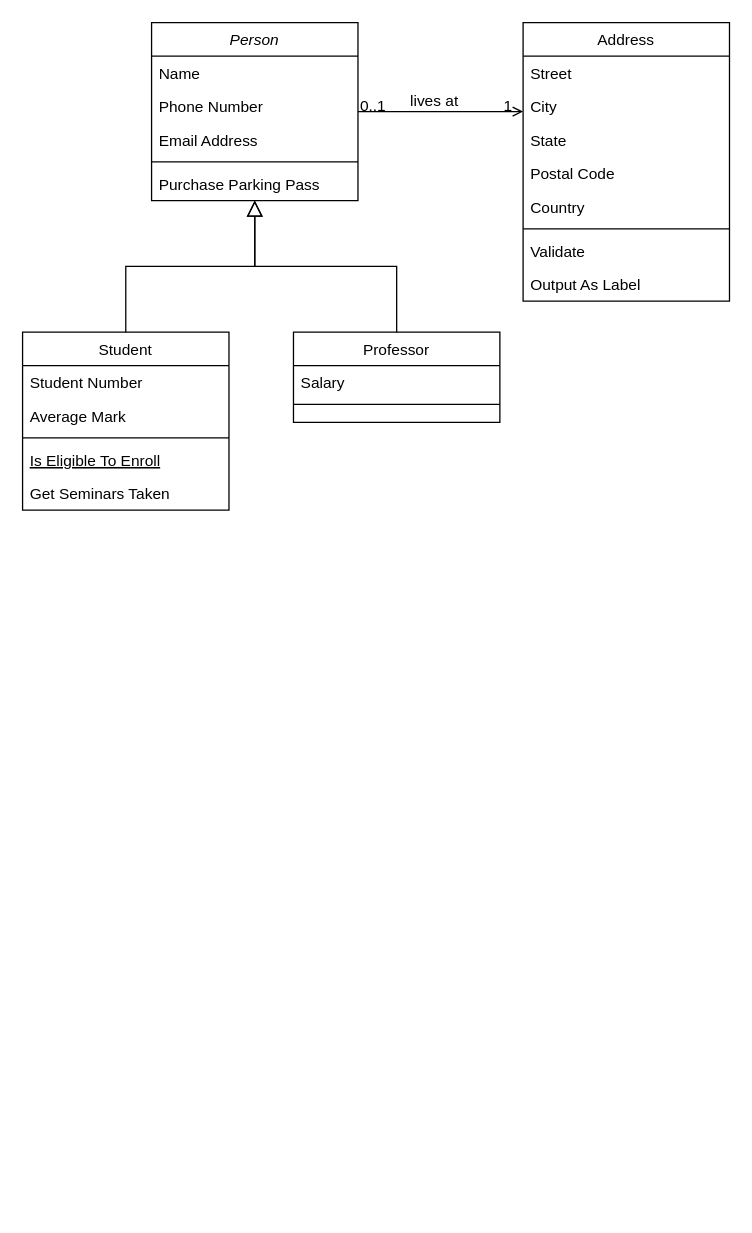
Earlier version of the draw.io diagram Codigo java/promaxtaxes/src/main/java/com/promax/Diagrama sin título.drawio (Universidad-Antonio-Narino/UniversidadCode). Source tidied: cells renumbered, new cells numbered last; positions are measured from the earlier drawing's top-left corner, leaving out a move shared by most shapes. Both pictures are drawn from the tidied source at 129%, with x=0, y=0 at pixel (22, 22).
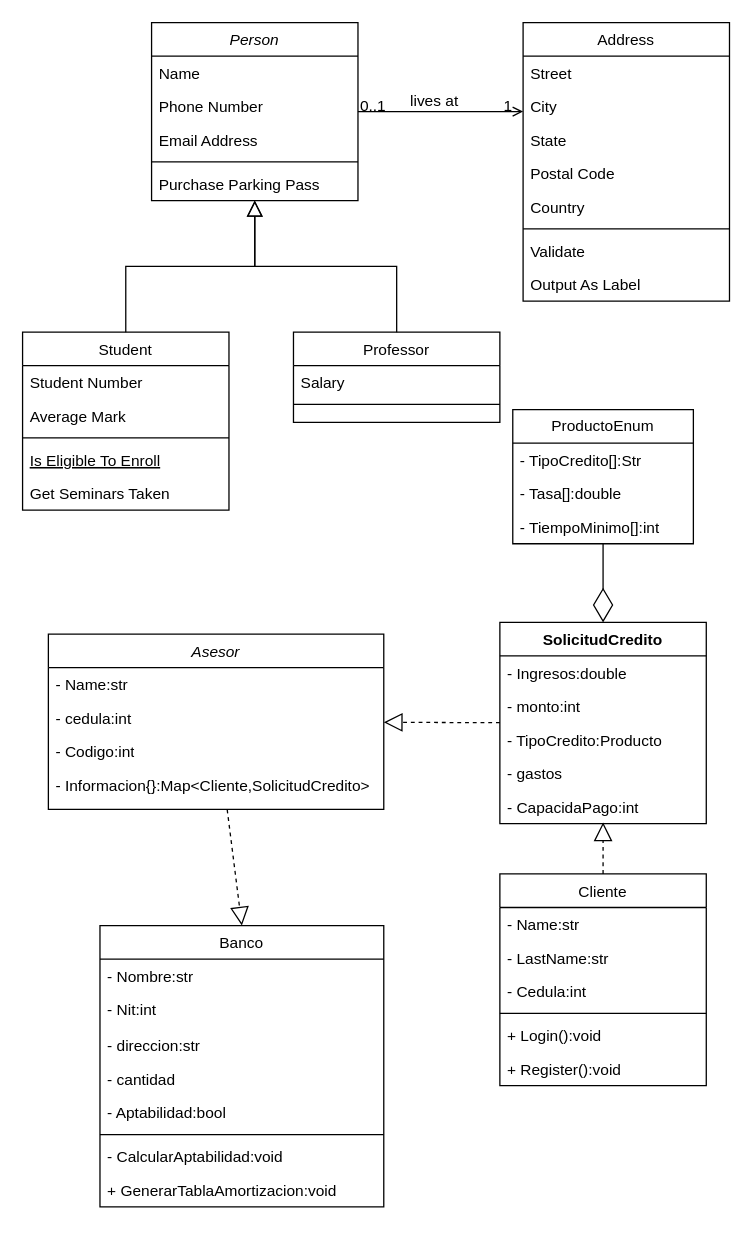
Above is the later version.

Change to the diagram source:
```diff
@@
+    <mxCell id="32" value="Asesor" style="swimlane;fontStyle=2;align=center;verticalAlign=top;horizontal=1;startSize=26;rounded=0;shadow=0;strokeWidth=1;" parent="1" vertex="1">
+      <mxGeometry x="20" y="474" width="260" height="136" as="geometry" />
+    </mxCell>
+    <mxCell id="33" value="- Name:str" style="text;align=left;verticalAlign=top;spacingLeft=4;spacingRight=4;overflow=hidden;" parent="32" vertex="1">
+      <mxGeometry y="26" width="260" height="26" as="geometry" />
+    </mxCell>
+    <mxCell id="34" value="- cedula:int&#10;" style="text;align=left;verticalAlign=top;spacingLeft=4;spacingRight=4;overflow=hidden;rounded=0;shadow=0;html=0;" parent="32" vertex="1">
+      <mxGeometry y="52" width="260" height="26" as="geometry" />
+    </mxCell>
+    <mxCell id="35" value="- Codigo:int" style="text;strokeColor=none;fillColor=none;align=left;verticalAlign=top;spacingLeft=4;spacingRight=4;overflow=hidden;whiteSpace=wrap;html=1;" parent="32" vertex="1">
+      <mxGeometry y="78" width="260" height="26" as="geometry" />
+    </mxCell>
+    <mxCell id="36" value="- Informacion{}:Map&amp;lt;Cliente,SolicitudCredito&amp;gt;" style="text;strokeColor=none;fillColor=none;align=left;verticalAlign=top;spacingLeft=4;spacingRight=4;overflow=hidden;whiteSpace=wrap;html=1;" parent="32" vertex="1">
+      <mxGeometry y="104" width="260" height="30" as="geometry" />
+    </mxCell>
+    <mxCell id="37" value="Banco" style="swimlane;fontStyle=0;align=center;verticalAlign=top;horizontal=1;startSize=26;rounded=0;shadow=0;strokeWidth=1;" parent="1" vertex="1">
+      <mxGeometry x="60" y="700" width="220" height="218" as="geometry" />
+    </mxCell>
+    <mxCell id="38" value="- Nombre:str" style="text;align=left;verticalAlign=top;spacingLeft=4;spacingRight=4;overflow=hidden;" parent="37" vertex="1">
+      <mxGeometry y="26" width="220" height="26" as="geometry" />
+    </mxCell>
+    <mxCell id="39" value="- Nit:int" style="text;align=left;verticalAlign=top;spacingLeft=4;spacingRight=4;overflow=hidden;rounded=0;shadow=0;html=0;" parent="37" vertex="1">
+      <mxGeometry y="52" width="220" height="28" as="geometry" />
+    </mxCell>
+    <mxCell id="40" value="- direccion:str" style="text;strokeColor=none;fillColor=none;align=left;verticalAlign=top;spacingLeft=4;spacingRight=4;overflow=hidden;whiteSpace=wrap;html=1;" parent="37" vertex="1">
+      <mxGeometry y="80" width="220" height="26" as="geometry" />
+    </mxCell>
+    <mxCell id="41" value="- cantidad" style="text;strokeColor=none;fillColor=none;align=left;verticalAlign=top;spacingLeft=4;spacingRight=4;overflow=hidden;whiteSpace=wrap;html=1;" parent="37" vertex="1">
+      <mxGeometry y="106" width="220" height="26" as="geometry" />
+    </mxCell>
+    <mxCell id="42" value="- Aptabilidad:bool" style="text;strokeColor=none;fillColor=none;align=left;verticalAlign=top;spacingLeft=4;spacingRight=4;overflow=hidden;whiteSpace=wrap;html=1;" parent="37" vertex="1">
+      <mxGeometry y="132" width="220" height="26" as="geometry" />
+    </mxCell>
+    <mxCell id="43" style="line;strokeWidth=1;fillColor=none;align=left;verticalAlign=middle;spacingTop=-1;spacingLeft=3;spacingRight=3;labelPosition=right;strokeColor=inherit;" parent="37" vertex="1">
+      <mxGeometry y="158" width="220" height="8" as="geometry" />
+    </mxCell>
+    <mxCell id="44" value="- CalcularAptabilidad:void" style="text;strokeColor=none;fillColor=none;align=left;verticalAlign=top;spacingLeft=4;spacingRight=4;overflow=hidden;whiteSpace=wrap;html=1;" parent="37" vertex="1">
+      <mxGeometry y="166" width="220" height="26" as="geometry" />
+    </mxCell>
+    <mxCell id="45" value="+ GenerarTablaAmortizacion:void" style="text;align=left;verticalAlign=top;spacingLeft=4;spacingRight=4;overflow=hidden;" parent="37" vertex="1">
+      <mxGeometry y="192" width="220" height="26" as="geometry" />
+    </mxCell>
+    <mxCell id="46" value="Cliente" style="swimlane;fontStyle=0;align=center;verticalAlign=top;horizontal=1;startSize=26;rounded=0;shadow=0;strokeWidth=1;" parent="1" vertex="1">
+      <mxGeometry x="370" y="660" width="160" height="164" as="geometry" />
+    </mxCell>
+    <mxCell id="47" value="- Name:str" style="text;align=left;verticalAlign=top;spacingLeft=4;spacingRight=4;overflow=hidden;" parent="46" vertex="1">
+      <mxGeometry y="26" width="160" height="26" as="geometry" />
+    </mxCell>
+    <mxCell id="48" value="- LastName:str" style="text;align=left;verticalAlign=top;spacingLeft=4;spacingRight=4;overflow=hidden;rounded=0;shadow=0;html=0;" parent="46" vertex="1">
+      <mxGeometry y="52" width="160" height="26" as="geometry" />
+    </mxCell>
+    <mxCell id="49" value="- Cedula:int" style="text;align=left;verticalAlign=top;spacingLeft=4;spacingRight=4;overflow=hidden;rounded=0;shadow=0;html=0;" parent="46" vertex="1">
+      <mxGeometry y="78" width="160" height="26" as="geometry" />
+    </mxCell>
+    <mxCell id="50" style="line;strokeWidth=1;fillColor=none;align=left;verticalAlign=middle;spacingTop=-1;spacingLeft=3;spacingRight=3;labelPosition=right;strokeColor=inherit;" parent="46" vertex="1">
+      <mxGeometry y="104" width="160" height="8" as="geometry" />
+    </mxCell>
+    <mxCell id="51" value="+ Login():void" style="text;strokeColor=none;fillColor=none;align=left;verticalAlign=top;spacingLeft=4;spacingRight=4;overflow=hidden;whiteSpace=wrap;html=1;" parent="46" vertex="1">
+      <mxGeometry y="112" width="160" height="26" as="geometry" />
+    </mxCell>
+    <mxCell id="52" value="+ Register():void" style="text;strokeColor=none;fillColor=none;align=left;verticalAlign=top;spacingLeft=4;spacingRight=4;overflow=hidden;whiteSpace=wrap;html=1;" parent="46" vertex="1">
+      <mxGeometry y="138" width="160" height="26" as="geometry" />
+    </mxCell>
+    <mxCell id="53" value="SolicitudCredito" style="swimlane;fontStyle=1;align=center;verticalAlign=top;horizontal=1;startSize=26;whiteSpace=wrap;html=1;" parent="1" vertex="1">
+      <mxGeometry x="370" y="465" width="160" height="156" as="geometry" />
+    </mxCell>
+    <mxCell id="54" value="- Ingresos:double" style="text;strokeColor=none;fillColor=none;align=left;verticalAlign=top;spacingLeft=4;spacingRight=4;overflow=hidden;whiteSpace=wrap;html=1;" parent="53" vertex="1">
+      <mxGeometry y="26" width="160" height="26" as="geometry" />
+    </mxCell>
+    <mxCell id="55" value="- monto:int" style="text;strokeColor=none;fillColor=none;align=left;verticalAlign=top;spacingLeft=4;spacingRight=4;overflow=hidden;whiteSpace=wrap;html=1;" parent="53" vertex="1">
+      <mxGeometry y="52" width="160" height="26" as="geometry" />
+    </mxCell>
+    <mxCell id="56" value="- TipoCredito:Producto" style="text;strokeColor=none;fillColor=none;align=left;verticalAlign=top;spacingLeft=4;spacingRight=4;overflow=hidden;whiteSpace=wrap;html=1;" parent="53" vertex="1">
+      <mxGeometry y="78" width="160" height="26" as="geometry" />
+    </mxCell>
+    <mxCell id="57" value="- gastos" style="text;strokeColor=none;fillColor=none;align=left;verticalAlign=top;spacingLeft=4;spacingRight=4;overflow=hidden;whiteSpace=wrap;html=1;" parent="53" vertex="1">
+      <mxGeometry y="104" width="160" height="26" as="geometry" />
+    </mxCell>
+    <mxCell id="58" value="- CapacidaPago:int" style="text;strokeColor=none;fillColor=none;align=left;verticalAlign=top;spacingLeft=4;spacingRight=4;overflow=hidden;whiteSpace=wrap;html=1;" parent="53" vertex="1">
+      <mxGeometry y="130" width="160" height="26" as="geometry" />
+    </mxCell>
+    <mxCell id="59" value="ProductoEnum" style="swimlane;fontStyle=0;horizontal=1;startSize=26;fillColor=none;whiteSpace=wrap;html=1;" parent="1" vertex="1">
+      <mxGeometry x="380" y="300" width="140" height="104" as="geometry" />
+    </mxCell>
+    <mxCell id="60" value="- TipoCredito[]:Str" style="text;strokeColor=none;fillColor=none;align=left;verticalAlign=top;spacingLeft=4;spacingRight=4;overflow=hidden;whiteSpace=wrap;html=1;" parent="59" vertex="1">
+      <mxGeometry y="26" width="140" height="26" as="geometry" />
+    </mxCell>
+    <mxCell id="61" value="- Tasa[]:double" style="text;strokeColor=none;fillColor=none;align=left;verticalAlign=top;spacingLeft=4;spacingRight=4;overflow=hidden;whiteSpace=wrap;html=1;" parent="59" vertex="1">
+      <mxGeometry y="52" width="140" height="26" as="geometry" />
+    </mxCell>
+    <mxCell id="62" value="- TiempoMinimo[]:int" style="text;strokeColor=none;fillColor=none;align=left;verticalAlign=top;spacingLeft=4;spacingRight=4;overflow=hidden;whiteSpace=wrap;html=1;" parent="59" vertex="1">
+      <mxGeometry y="78" width="140" height="26" as="geometry" />
+    </mxCell>
+    <mxCell id="63" style="endArrow=diamondThin;endFill=0;endSize=24;html=1;rounded=0;entryX=0.5;entryY=0;entryDx=0;entryDy=0;" parent="1" edge="1" source="59" target="53">
+      <mxGeometry relative="1" as="geometry" />
+    </mxCell>
+    <mxCell id="64" style="endArrow=block;dashed=1;endFill=0;endSize=12;html=1;rounded=0;" parent="1" edge="1" source="46">
+      <mxGeometry relative="1" as="geometry">
+        <mxPoint x="450" y="620" as="targetPoint" />
+      </mxGeometry>
+    </mxCell>
+    <mxCell id="65" style="endArrow=block;dashed=1;endFill=0;endSize=12;html=1;rounded=0;" parent="1" edge="1" source="53" target="32">
+      <mxGeometry relative="1" as="geometry" />
+    </mxCell>
+    <mxCell id="66" style="endArrow=block;dashed=1;endFill=0;endSize=12;html=1;rounded=0;entryX=0.5;entryY=0;entryDx=0;entryDy=0;" parent="1" edge="1" source="32" target="37">
+      <mxGeometry relative="1" as="geometry" />
+    </mxCell>
```
